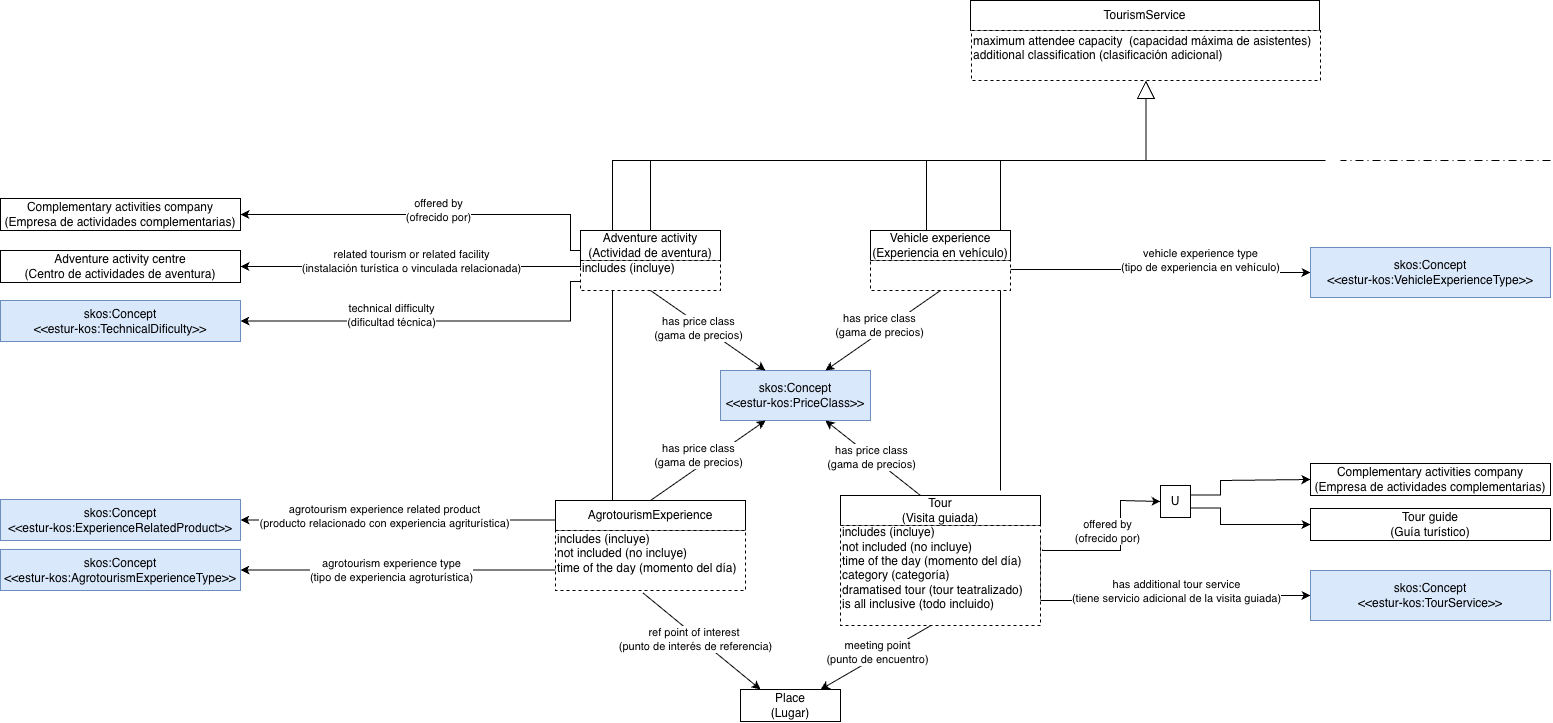
This is diagrams/fig3-2-tourism-service-with-data-properties.png from TURISMO-Ontologia/core-ontology, a draw.io export, as it was before one commit. Source tidied: cells renumbered, new cells last; positions are measured from the earlier drawing's top-left corner, leaving out a move shared by most shapes.
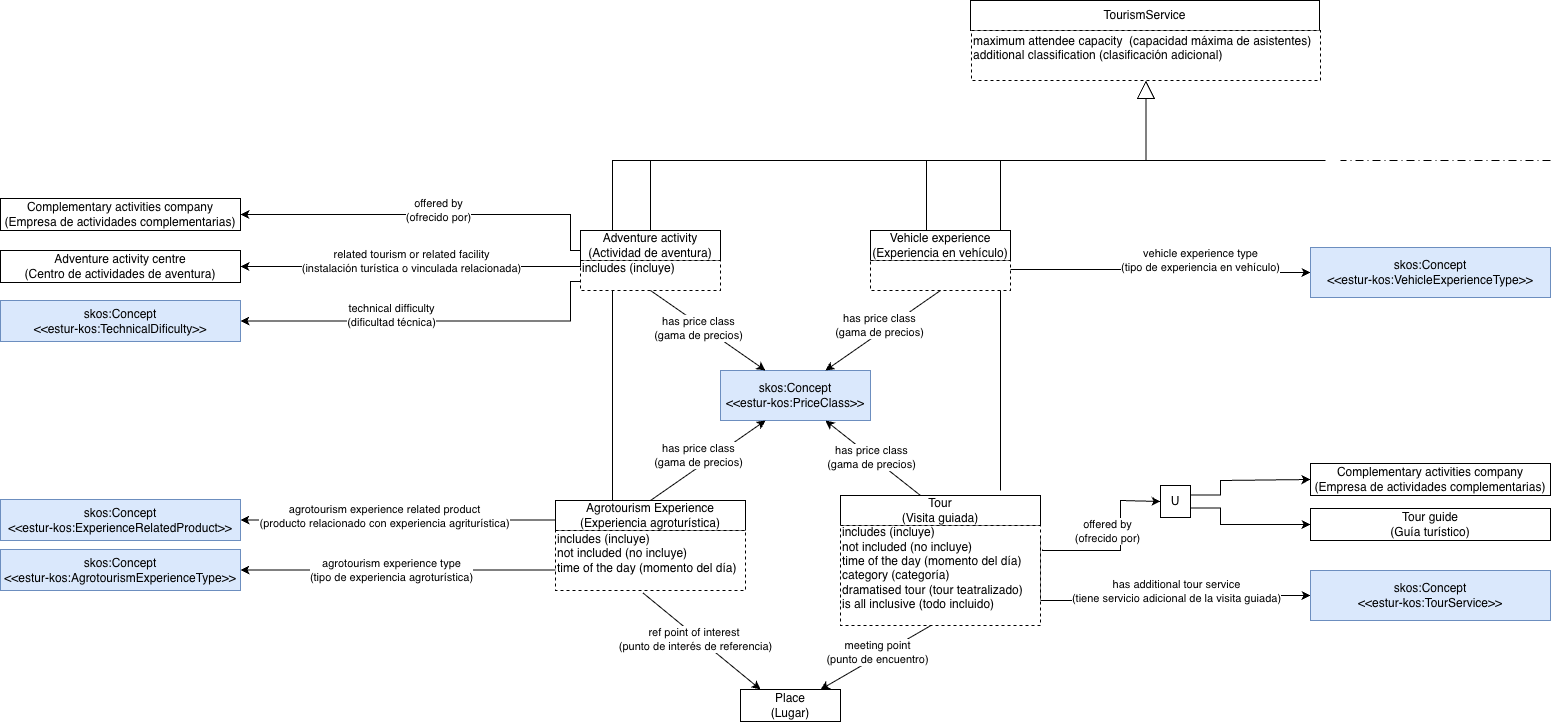
After the change.

The edit, as a diff of the source:
```diff
@@ -27,7 +27,7 @@
         <mxPoint x="-33" y="-1" as="offset" />
       </mxGeometry>
     </mxCell>
-    <mxCell id="6" value="AgrotourismExperience" style="rounded=0;whiteSpace=wrap;html=1;snapToPoint=1;points=[[0.1,0],[0.2,0],[0.3,0],[0.4,0],[0.5,0],[0.6,0],[0.7,0],[0.8,0],[0.9,0],[0,0.1],[0,0.3],[0,0.5],[0,0.7],[0,0.9],[0.1,1],[0.2,1],[0.3,1],[0.4,1],[0.5,1],[0.6,1],[0.7,1],[0.8,1],[0.9,1],[1,0.1],[1,0.3],[1,0.5],[1,0.7],[1,0.9]];align=center;" parent="1" vertex="1">
+    <mxCell id="6" value="Agrotourism Experience&lt;div&gt;(Experiencia agroturística)&lt;/div&gt;" style="rounded=0;whiteSpace=wrap;html=1;snapToPoint=1;points=[[0.1,0],[0.2,0],[0.3,0],[0.4,0],[0.5,0],[0.6,0],[0.7,0],[0.8,0],[0.9,0],[0,0.1],[0,0.3],[0,0.5],[0,0.7],[0,0.9],[0.1,1],[0.2,1],[0.3,1],[0.4,1],[0.5,1],[0.6,1],[0.7,1],[0.8,1],[0.9,1],[1,0.1],[1,0.3],[1,0.5],[1,0.7],[1,0.9]];align=center;" parent="1" vertex="1">
       <mxGeometry x="555" y="500" width="190" height="30" as="geometry" />
     </mxCell>
     <mxCell id="7" style="endArrow=block;endSize=16;endFill=0;html=1;rounded=0;entryX=0.5;entryY=1;entryDx=0;entryDy=0;" parent="1" edge="1" target="10">
```
